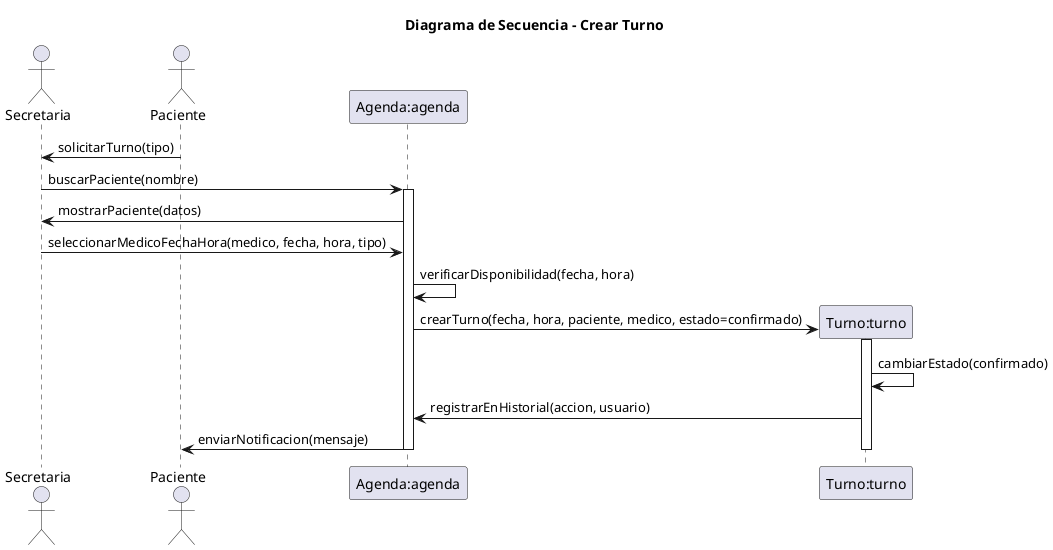
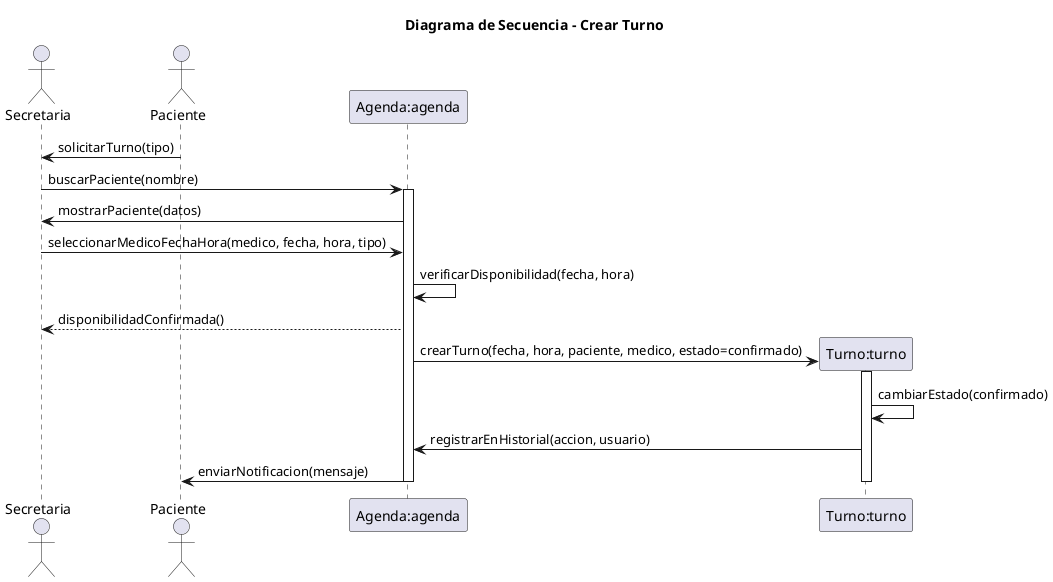
@startuml
title Diagrama de Secuencia - Crear Turno
' Nombre del escenario: Crear Turno - Flujo Principal
' Archivo: diagramas/03-escenarios-casos-de-uso/03-crear-turno-flujo-principal.md
' Objetivo: Representar la creación exitosa de un turno de control médico, involucrando secretaria, paciente y sistema, basado en responsabilidades de CRC (Secretaria gestiona turnos, Agenda registra disponibilidad, Turno asigna a paciente y médico).

actor Secretaria as victoria
actor Paciente as juan
participant "Agenda:agenda" as agenda
participant "Turno:turno" as turno

juan -> victoria: solicitarTurno(tipo)

victoria -> agenda: buscarPaciente(nombre)
activate agenda

agenda -> victoria: mostrarPaciente(datos)
victoria -> agenda: seleccionarMedicoFechaHora(medico, fecha, hora, tipo)

agenda -> agenda: verificarDisponibilidad(fecha, hora)
+ agenda --> victoria: disponibilidadConfirmada()

create turno
agenda -> turno: crearTurno(fecha, hora, paciente, medico, estado=confirmado)
activate turno

turno -> turno: cambiarEstado(confirmado)
turno -> agenda: registrarEnHistorial(accion, usuario)

agenda -> juan: enviarNotificacion(mensaje)

deactivate turno
deactivate agenda
@enduml